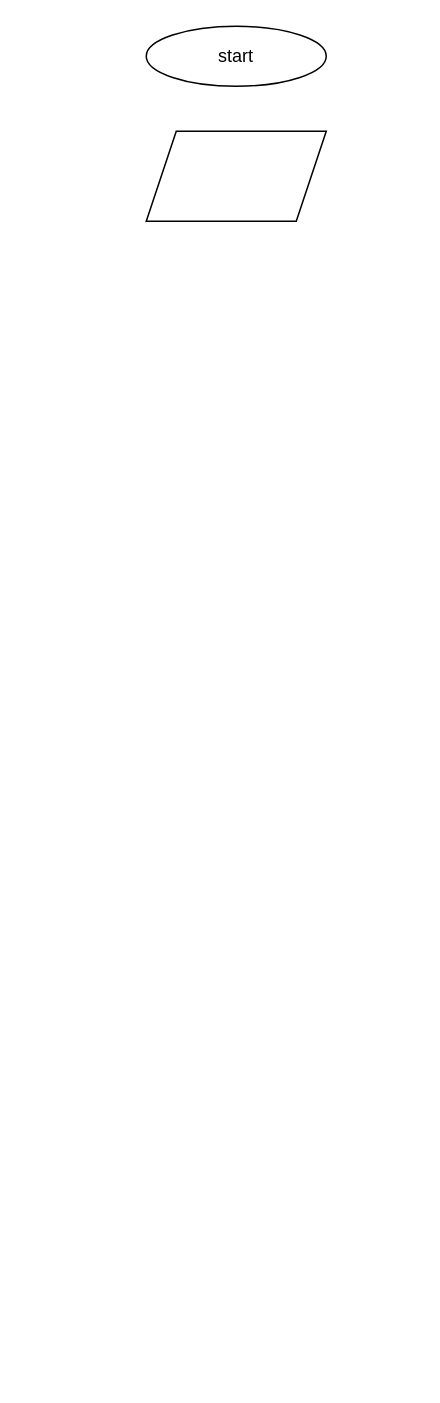
This is ex41/diag41.drawio from RomanenkoElena/Homework6, a draw.io file, before an edit. Source tidied: cells renumbered, new cells numbered last; positions are measured from the earlier drawing's top-left corner, leaving out a move shared by most shapes. Both pictures are drawn from the tidied source at 150%, with x=0, y=0 at pixel (146, 26).
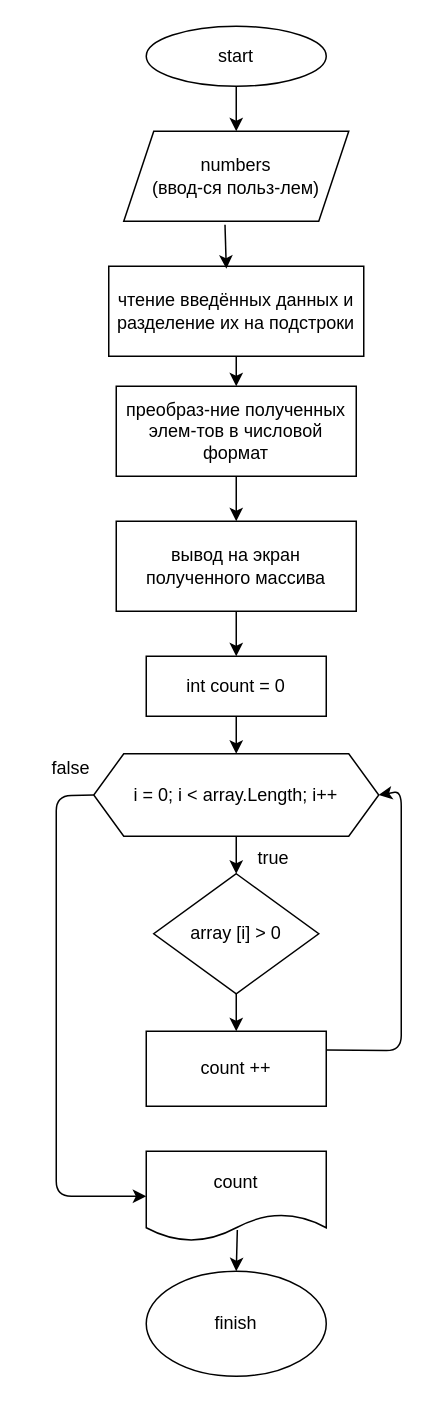
The same diagram, later.

Commit message (it also covers changes not shown here):
формат-ние + добавлены схемы

Unchanged cells that the change refers to:
```xml
<mxCell id="2" value="start" style="ellipse;whiteSpace=wrap;html=1;" parent="1" vertex="1">
  <mxGeometry width="120" height="40" as="geometry" />
</mxCell>
```

Diff of the diagram source:
```diff
@@
-    <mxCell id="3" style="shape=parallelogram;perimeter=parallelogramPerimeter;whiteSpace=wrap;html=1;fixedSize=1;" parent="1" vertex="1">
-      <mxGeometry y="70" width="120" height="60" as="geometry" />
+    <mxCell id="3" value="numbers&lt;br&gt;(ввод-ся польз-лем)" style="shape=parallelogram;perimeter=parallelogramPerimeter;whiteSpace=wrap;html=1;fixedSize=1;" parent="1" vertex="1">
+      <mxGeometry x="-15" y="70" width="150" height="60" as="geometry" />
     </mxCell>
+    <mxCell id="4" value="чтение введённых данных и разделение их на подстроки" style="rounded=0;whiteSpace=wrap;html=1;" parent="1" vertex="1">
+      <mxGeometry x="-25" y="160" width="170" height="60" as="geometry" />
+    </mxCell>
+    <mxCell id="5" value="преобраз-ние полученных элем-тов в числовой формат" style="rounded=0;whiteSpace=wrap;html=1;" parent="1" vertex="1">
+      <mxGeometry x="-20" y="240" width="160" height="60" as="geometry" />
+    </mxCell>
+    <mxCell id="6" value="вывод на экран полученного массива" style="rounded=0;whiteSpace=wrap;html=1;" parent="1" vertex="1">
+      <mxGeometry x="-20" y="330" width="160" height="60" as="geometry" />
+    </mxCell>
+    <mxCell id="7" value="i = 0; i &amp;lt; array.Length; i++" style="shape=hexagon;perimeter=hexagonPerimeter2;whiteSpace=wrap;html=1;fixedSize=1;" parent="1" vertex="1">
+      <mxGeometry x="-35" y="485" width="190" height="55" as="geometry" />
+    </mxCell>
+    <mxCell id="8" value="int count = 0" style="rounded=0;whiteSpace=wrap;html=1;" parent="1" vertex="1">
+      <mxGeometry y="420" width="120" height="40" as="geometry" />
+    </mxCell>
+    <mxCell id="9" value="array [i] &amp;gt; 0" style="rhombus;whiteSpace=wrap;html=1;" parent="1" vertex="1">
+      <mxGeometry x="5" y="565" width="110" height="80" as="geometry" />
+    </mxCell>
+    <mxCell id="10" value="count ++" style="rounded=0;whiteSpace=wrap;html=1;" parent="1" vertex="1">
+      <mxGeometry y="670" width="120" height="50" as="geometry" />
+    </mxCell>
+    <mxCell id="11" style="endArrow=classic;html=1;entryX=1;entryY=0.5;entryDx=0;entryDy=0;exitX=1;exitY=0.25;exitDx=0;exitDy=0;" parent="1" edge="1" source="10" target="7">
+      <mxGeometry relative="1" as="geometry">
+        <Array as="points">
+          <mxPoint x="170" y="683" />
+          <mxPoint x="170" y="600" />
+          <mxPoint x="170" y="510" />
+        </Array>
+      </mxGeometry>
+    </mxCell>
+    <mxCell id="12" style="endArrow=classic;html=1;entryX=0.5;entryY=0;entryDx=0;entryDy=0;exitX=0.5;exitY=1;exitDx=0;exitDy=0;" parent="1" edge="1" source="7" target="9">
+      <mxGeometry relative="1" as="geometry" />
+    </mxCell>
+    <mxCell id="13" style="endArrow=classic;html=1;entryX=0.5;entryY=0;entryDx=0;entryDy=0;exitX=0.5;exitY=1;exitDx=0;exitDy=0;" parent="1" edge="1" source="9" target="10">
+      <mxGeometry relative="1" as="geometry" />
+    </mxCell>
+    <mxCell id="14" value="true" style="text;html=1;strokeColor=none;fillColor=none;align=center;verticalAlign=middle;whiteSpace=wrap;rounded=0;" parent="1" vertex="1">
+      <mxGeometry x="55" y="540" width="60" height="30" as="geometry" />
+    </mxCell>
+    <mxCell id="15" style="endArrow=classic;html=1;entryX=0.5;entryY=0;entryDx=0;entryDy=0;" parent="1" edge="1" source="8" target="7">
+      <mxGeometry relative="1" as="geometry" />
+    </mxCell>
+    <mxCell id="16" style="endArrow=classic;html=1;entryX=0.5;entryY=0;entryDx=0;entryDy=0;exitX=0.5;exitY=1;exitDx=0;exitDy=0;" parent="1" edge="1" source="6" target="8">
+      <mxGeometry relative="1" as="geometry" />
+    </mxCell>
+    <mxCell id="17" style="endArrow=classic;html=1;entryX=0.5;entryY=0;entryDx=0;entryDy=0;exitX=0.5;exitY=1;exitDx=0;exitDy=0;" parent="1" edge="1" source="5" target="6">
+      <mxGeometry relative="1" as="geometry" />
+    </mxCell>
+    <mxCell id="18" style="endArrow=classic;html=1;entryX=0.5;entryY=0;entryDx=0;entryDy=0;exitX=0.5;exitY=1;exitDx=0;exitDy=0;" parent="1" edge="1" source="4" target="5">
+      <mxGeometry relative="1" as="geometry" />
+    </mxCell>
+    <mxCell id="19" style="endArrow=classic;html=1;entryX=0.461;entryY=0.027;entryDx=0;entryDy=0;entryPerimeter=0;exitX=0.45;exitY=1.04;exitDx=0;exitDy=0;exitPerimeter=0;" parent="1" edge="1" source="3" target="4">
+      <mxGeometry relative="1" as="geometry" />
+    </mxCell>
+    <mxCell id="20" style="endArrow=classic;html=1;entryX=0.5;entryY=0;entryDx=0;entryDy=0;exitX=0.5;exitY=1;exitDx=0;exitDy=0;" parent="1" edge="1" source="2" target="3">
+      <mxGeometry relative="1" as="geometry" />
+    </mxCell>
+    <mxCell id="21" value="count" style="shape=document;whiteSpace=wrap;html=1;boundedLbl=1;" parent="1" vertex="1">
+      <mxGeometry y="750" width="120" height="60" as="geometry" />
+    </mxCell>
+    <mxCell id="22" style="endArrow=classic;html=1;entryX=0;entryY=0.5;entryDx=0;entryDy=0;exitX=0;exitY=0.5;exitDx=0;exitDy=0;" parent="1" edge="1" source="7" target="21">
+      <mxGeometry relative="1" as="geometry">
+        <Array as="points">
+          <mxPoint x="-60" y="513" />
+          <mxPoint x="-60" y="660" />
+          <mxPoint x="-60" y="780" />
+        </Array>
+      </mxGeometry>
+    </mxCell>
+    <mxCell id="23" value="false" style="text;html=1;strokeColor=none;fillColor=none;align=center;verticalAlign=middle;whiteSpace=wrap;rounded=0;" parent="1" vertex="1">
+      <mxGeometry x="-80" y="480" width="60" height="30" as="geometry" />
+    </mxCell>
+    <mxCell id="24" value="finish" style="ellipse;whiteSpace=wrap;html=1;" parent="1" vertex="1">
+      <mxGeometry y="830" width="120" height="70" as="geometry" />
+    </mxCell>
+    <mxCell id="25" style="endArrow=classic;html=1;entryX=0.5;entryY=0;entryDx=0;entryDy=0;exitX=0.506;exitY=0.874;exitDx=0;exitDy=0;exitPerimeter=0;" parent="1" edge="1" source="21" target="24">
+      <mxGeometry relative="1" as="geometry" />
+    </mxCell>
```
